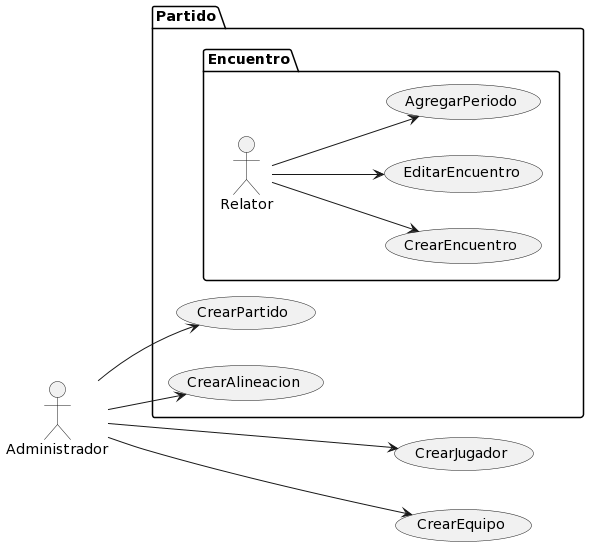
This is actividades/002-appFutbol/ibuprofenoFernandez/images/casosDeUso.png from ibuprofenofernandez/IdSw1-22-23, a PlantUML export, as it was before one commit.
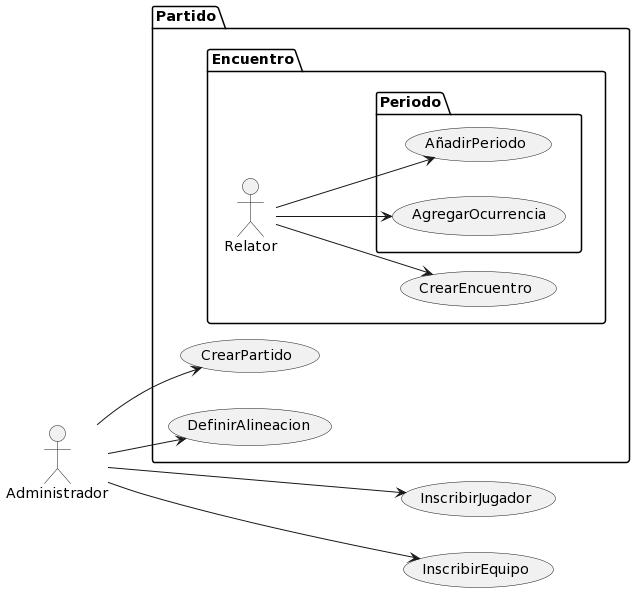
After the commit.

Commit message:
Ajustes y desCRUDización del diagrama

Change to the diagram source:
```diff
@@ -2,30 +2,36 @@
 left to right direction
 
 actor Administrador
-usecase CrearJugador
-usecase CrearEquipo
+usecase InscribirJugador
+usecase InscribirEquipo
 
-Administrador ---> CrearEquipo
-Administrador ---> CrearJugador
+Administrador ---> InscribirEquipo
+Administrador ---> InscribirJugador
 
 
 package Partido {
 
 usecase CrearPartido
-usecase CrearAlineacion
+usecase DefinirAlineacion
 Administrador --> CrearPartido
-Administrador --> CrearAlineacion
+Administrador --> DefinirAlineacion
 
 
 package Encuentro {
+
 actor Relator
 usecase CrearEncuentro
-usecase EditarEncuentro
-usecase AgregarPeriodo
 
 Relator --> CrearEncuentro
-Relator --> EditarEncuentro
-Relator --> AgregarPeriodo
+
+package Periodo {
+usecase AñadirPeriodo
+useCase AgregarOcurrencia
+
+Relator --> AñadirPeriodo
+Relator --> AgregarOcurrencia
+
+}
 
 }
 
```
